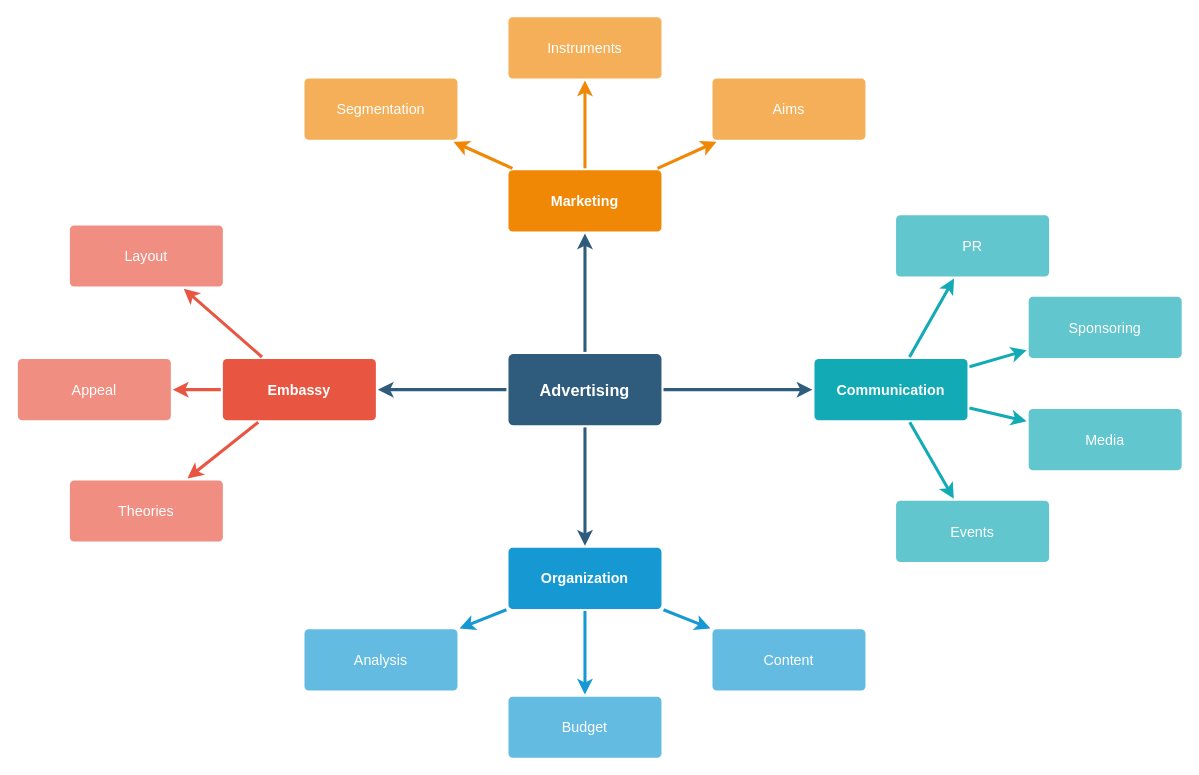
NoahKise/capstone-idea-board keeps this draw.io diagram as Untitled Diagram.drawio. Above is the earlier version. Source tidied: cells renumbered, new cells numbered last; positions are measured from the earlier drawing's top-left corner, leaving out a move shared by most shapes. Both pictures are drawn from the tidied source at 102%, with x=0, y=0 at pixel (17, 16).
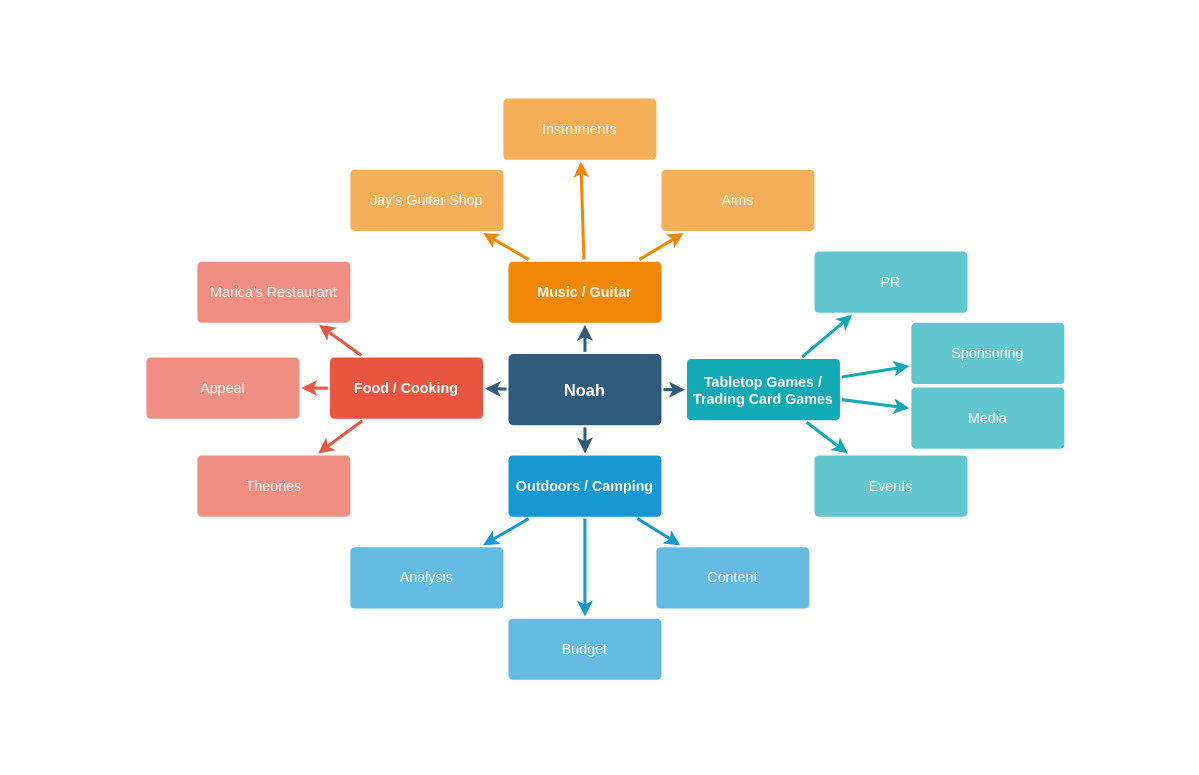
Above is the later version.

Change to the diagram source:
```diff
@@
-    <mxCell id="6" value="Advertising" style="rounded=1;whiteSpace=wrap;html=1;shadow=0;labelBackgroundColor=none;strokeColor=none;strokeWidth=3;fillColor=#2F5B7C;fontFamily=Helvetica;fontSize=16;fontColor=#FFFFFF;align=center;fontStyle=1;spacing=5;arcSize=7;perimeterSpacing=2;" parent="1" vertex="1">
+    <mxCell id="6" value="Noah" style="rounded=1;whiteSpace=wrap;html=1;shadow=0;labelBackgroundColor=none;strokeColor=none;strokeWidth=3;fillColor=#2F5B7C;fontFamily=Helvetica;fontSize=16;fontColor=#FFFFFF;align=center;fontStyle=1;spacing=5;arcSize=7;perimeterSpacing=2;" parent="1" vertex="1">
       <mxGeometry x="481" y="330.5" width="150" height="70" as="geometry" />
     </mxCell>
@@
-    <mxCell id="10" value="Embassy" style="rounded=1;whiteSpace=wrap;html=1;shadow=0;labelBackgroundColor=none;strokeColor=none;strokeWidth=3;fillColor=#e85642;fontFamily=Helvetica;fontSize=14;fontColor=#FFFFFF;align=center;spacing=5;fontStyle=1;arcSize=7;perimeterSpacing=2;" parent="1" vertex="1">
-      <mxGeometry x="201" y="335.5" width="150" height="60" as="geometry" />
+    <mxCell id="10" value="Food / Cooking" style="rounded=1;whiteSpace=wrap;html=1;shadow=0;labelBackgroundColor=none;strokeColor=none;strokeWidth=3;fillColor=#e85642;fontFamily=Helvetica;fontSize=14;fontColor=#FFFFFF;align=center;spacing=5;fontStyle=1;arcSize=7;perimeterSpacing=2;" parent="1" vertex="1">
+      <mxGeometry x="306" y="334" width="150" height="60" as="geometry" />
     </mxCell>
     <mxCell id="11" value="Theories" style="rounded=1;whiteSpace=wrap;html=1;shadow=0;labelBackgroundColor=none;strokeColor=none;strokeWidth=3;fillColor=#f08e81;fontFamily=Helvetica;fontSize=14;fontColor=#FFFFFF;align=center;spacing=5;fontStyle=0;arcSize=7;perimeterSpacing=2;" parent="1" vertex="1">
-      <mxGeometry x="51" y="454.5" width="150" height="60" as="geometry" />
+      <mxGeometry x="176" y="430" width="150" height="60" as="geometry" />
     </mxCell>
     <mxCell id="12" value="Appeal" style="rounded=1;whiteSpace=wrap;html=1;shadow=0;labelBackgroundColor=none;strokeColor=none;strokeWidth=3;fillColor=#f08e81;fontFamily=Helvetica;fontSize=14;fontColor=#FFFFFF;align=center;spacing=5;fontStyle=0;arcSize=7;perimeterSpacing=2;" parent="1" vertex="1">
-      <mxGeometry y="335.5" width="150" height="60" as="geometry" />
+      <mxGeometry x="126" y="334" width="150" height="60" as="geometry" />
     </mxCell>
-    <mxCell id="13" value="Layout" style="rounded=1;whiteSpace=wrap;html=1;shadow=0;labelBackgroundColor=none;strokeColor=none;strokeWidth=3;fillColor=#f08e81;fontFamily=Helvetica;fontSize=14;fontColor=#FFFFFF;align=center;spacing=5;fontStyle=0;arcSize=7;perimeterSpacing=2;" parent="1" vertex="1">
-      <mxGeometry x="51" y="204.5" width="150" height="60" as="geometry" />
+    <mxCell id="13" value="Marica's Restaurant" style="rounded=1;whiteSpace=wrap;html=1;shadow=0;labelBackgroundColor=none;strokeColor=none;strokeWidth=3;fillColor=#f08e81;fontFamily=Helvetica;fontSize=14;fontColor=#FFFFFF;align=center;spacing=5;fontStyle=0;arcSize=7;perimeterSpacing=2;" parent="1" vertex="1">
+      <mxGeometry x="176" y="240" width="150" height="60" as="geometry" />
     </mxCell>
@@
-    <mxCell id="17" value="Organization" style="rounded=1;whiteSpace=wrap;html=1;shadow=0;labelBackgroundColor=none;strokeColor=none;strokeWidth=3;fillColor=#1699d3;fontFamily=Helvetica;fontSize=14;fontColor=#FFFFFF;align=center;spacing=5;fontStyle=1;arcSize=7;perimeterSpacing=2;" parent="1" vertex="1">
-      <mxGeometry x="481" y="520.5" width="150" height="60" as="geometry" />
+    <mxCell id="17" value="Outdoors / Camping" style="rounded=1;whiteSpace=wrap;html=1;shadow=0;labelBackgroundColor=none;strokeColor=none;strokeWidth=3;fillColor=#1699d3;fontFamily=Helvetica;fontSize=14;fontColor=#FFFFFF;align=center;spacing=5;fontStyle=1;arcSize=7;perimeterSpacing=2;" parent="1" vertex="1">
+      <mxGeometry x="481" y="430" width="150" height="60" as="geometry" />
     </mxCell>
     <mxCell id="18" value="Content" style="rounded=1;whiteSpace=wrap;html=1;shadow=0;labelBackgroundColor=none;strokeColor=none;strokeWidth=3;fillColor=#64bbe2;fontFamily=Helvetica;fontSize=14;fontColor=#FFFFFF;align=center;spacing=5;arcSize=7;perimeterSpacing=2;" parent="1" vertex="1">
-      <mxGeometry x="681" y="600.5" width="150" height="60" as="geometry" />
+      <mxGeometry x="626" y="520" width="150" height="60" as="geometry" />
     </mxCell>
     <mxCell id="19" value="Budget" style="rounded=1;whiteSpace=wrap;html=1;shadow=0;labelBackgroundColor=none;strokeColor=none;strokeWidth=3;fillColor=#64bbe2;fontFamily=Helvetica;fontSize=14;fontColor=#FFFFFF;align=center;spacing=5;arcSize=7;perimeterSpacing=2;" parent="1" vertex="1">
-      <mxGeometry x="481" y="666.5" width="150" height="60" as="geometry" />
+      <mxGeometry x="481" y="590" width="150" height="60" as="geometry" />
     </mxCell>
     <mxCell id="20" value="Analysis" style="rounded=1;whiteSpace=wrap;html=1;shadow=0;labelBackgroundColor=none;strokeColor=none;strokeWidth=3;fillColor=#64bbe2;fontFamily=Helvetica;fontSize=14;fontColor=#FFFFFF;align=center;spacing=5;arcSize=7;perimeterSpacing=2;" parent="1" vertex="1">
-      <mxGeometry x="281" y="600.5" width="150" height="60" as="geometry" />
+      <mxGeometry x="326" y="520" width="150" height="60" as="geometry" />
     </mxCell>
-    <mxCell id="21" value="Marketing" style="rounded=1;whiteSpace=wrap;html=1;shadow=0;labelBackgroundColor=none;strokeColor=none;strokeWidth=3;fillColor=#F08705;fontFamily=Helvetica;fontSize=14;fontColor=#FFFFFF;align=center;spacing=5;fontStyle=1;arcSize=7;perimeterSpacing=2;" parent="1" vertex="1">
-      <mxGeometry x="481" y="150.5" width="150" height="60" as="geometry" />
+    <mxCell id="21" value="Music / Guitar" style="rounded=1;whiteSpace=wrap;html=1;shadow=0;labelBackgroundColor=none;strokeColor=none;strokeWidth=3;fillColor=#F08705;fontFamily=Helvetica;fontSize=14;fontColor=#FFFFFF;align=center;spacing=5;fontStyle=1;arcSize=7;perimeterSpacing=2;" parent="1" vertex="1">
+      <mxGeometry x="481" y="240" width="150" height="60" as="geometry" />
     </mxCell>
     <mxCell id="22" value="Aims&lt;br&gt;" style="rounded=1;whiteSpace=wrap;html=1;shadow=0;labelBackgroundColor=none;strokeColor=none;strokeWidth=3;fillColor=#f5af58;fontFamily=Helvetica;fontSize=14;fontColor=#FFFFFF;align=center;spacing=5;arcSize=7;perimeterSpacing=2;" parent="1" vertex="1">
-      <mxGeometry x="681" y="60.5" width="150" height="60" as="geometry" />
+      <mxGeometry x="631" y="150" width="150" height="60" as="geometry" />
     </mxCell>
@@
     <mxCell id="24" value="Instruments" style="rounded=1;whiteSpace=wrap;html=1;shadow=0;labelBackgroundColor=none;strokeColor=none;strokeWidth=3;fillColor=#f5af58;fontFamily=Helvetica;fontSize=14;fontColor=#FFFFFF;align=center;spacing=5;arcSize=7;perimeterSpacing=2;" parent="1" vertex="1">
-      <mxGeometry x="481" y="0.5" width="150" height="60" as="geometry" />
+      <mxGeometry x="476" y="80" width="150" height="60" as="geometry" />
     </mxCell>
@@
-    <mxCell id="26" value="Segmentation" style="rounded=1;whiteSpace=wrap;html=1;shadow=0;labelBackgroundColor=none;strokeColor=none;strokeWidth=3;fillColor=#f5af58;fontFamily=Helvetica;fontSize=14;fontColor=#FFFFFF;align=center;spacing=5;arcSize=7;perimeterSpacing=2;" parent="1" vertex="1">
-      <mxGeometry x="281" y="60.5" width="150" height="60" as="geometry" />
+    <mxCell id="26" value="Jay's Guitar Shop" style="rounded=1;whiteSpace=wrap;html=1;shadow=0;labelBackgroundColor=none;strokeColor=none;strokeWidth=3;fillColor=#f5af58;fontFamily=Helvetica;fontSize=14;fontColor=#FFFFFF;align=center;spacing=5;arcSize=7;perimeterSpacing=2;" parent="1" vertex="1">
+      <mxGeometry x="326" y="150" width="150" height="60" as="geometry" />
     </mxCell>
@@
-    <mxCell id="28" value="Communication" style="rounded=1;whiteSpace=wrap;html=1;shadow=0;labelBackgroundColor=none;strokeColor=none;strokeWidth=3;fillColor=#12aab5;fontFamily=Helvetica;fontSize=14;fontColor=#FFFFFF;align=center;spacing=5;fontStyle=1;arcSize=7;perimeterSpacing=2;" parent="1" vertex="1">
-      <mxGeometry x="781" y="335.5" width="150" height="60" as="geometry" />
+    <mxCell id="28" value="Tabletop Games / Trading Card Games" style="rounded=1;whiteSpace=wrap;html=1;shadow=0;labelBackgroundColor=none;strokeColor=none;strokeWidth=3;fillColor=#12aab5;fontFamily=Helvetica;fontSize=14;fontColor=#FFFFFF;align=center;spacing=5;fontStyle=1;arcSize=7;perimeterSpacing=2;" parent="1" vertex="1">
+      <mxGeometry x="656" y="335.5" width="150" height="60" as="geometry" />
     </mxCell>
     <mxCell id="29" value="Events" style="rounded=1;whiteSpace=wrap;html=1;shadow=0;labelBackgroundColor=none;strokeColor=none;strokeWidth=3;fillColor=#61c6ce;fontFamily=Helvetica;fontSize=14;fontColor=#FFFFFF;align=center;spacing=5;fontStyle=0;arcSize=7;perimeterSpacing=2;" parent="1" vertex="1">
-      <mxGeometry x="861" y="474.5" width="150" height="60" as="geometry" />
+      <mxGeometry x="781" y="430" width="150" height="60" as="geometry" />
     </mxCell>
@@
     <mxCell id="31" value="Media" style="rounded=1;whiteSpace=wrap;html=1;shadow=0;labelBackgroundColor=none;strokeColor=none;strokeWidth=3;fillColor=#61c6ce;fontFamily=Helvetica;fontSize=14;fontColor=#FFFFFF;align=center;spacing=5;fontStyle=0;arcSize=7;perimeterSpacing=2;" parent="1" vertex="1">
-      <mxGeometry x="991" y="384.5" width="150" height="60" as="geometry" />
+      <mxGeometry x="876" y="363.5" width="150" height="60" as="geometry" />
     </mxCell>
@@
     <mxCell id="33" value="Sponsoring" style="rounded=1;whiteSpace=wrap;html=1;shadow=0;labelBackgroundColor=none;strokeColor=none;strokeWidth=3;fillColor=#61c6ce;fontFamily=Helvetica;fontSize=14;fontColor=#FFFFFF;align=center;spacing=5;fontStyle=0;arcSize=7;perimeterSpacing=2;" parent="1" vertex="1">
-      <mxGeometry x="991" y="274.5" width="150" height="60" as="geometry" />
+      <mxGeometry x="876" y="300" width="150" height="60" as="geometry" />
     </mxCell>
@@
     <mxCell id="35" value="PR" style="rounded=1;whiteSpace=wrap;html=1;shadow=0;labelBackgroundColor=none;strokeColor=none;strokeWidth=3;fillColor=#61c6ce;fontFamily=Helvetica;fontSize=14;fontColor=#FFFFFF;align=center;spacing=5;fontStyle=0;arcSize=7;perimeterSpacing=2;" parent="1" vertex="1">
-      <mxGeometry x="861" y="194.5" width="150" height="60" as="geometry" />
+      <mxGeometry x="781" y="230" width="150" height="60" as="geometry" />
     </mxCell>
```
